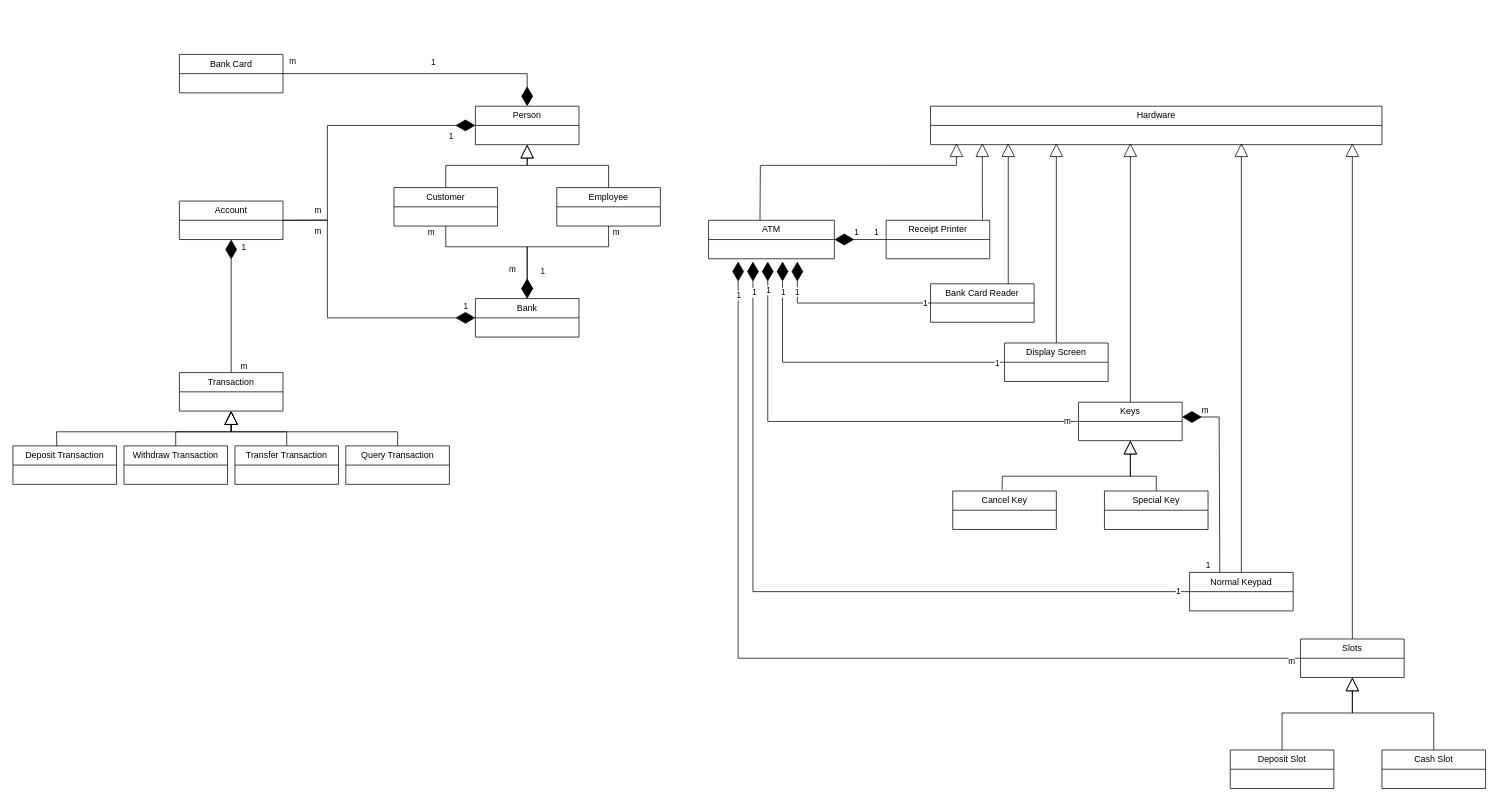
Above: Untitled Diagram.drawio in Lodennn/drawing-editor-uml (draw.io), before the change. Source tidied: cells renumbered, new cells numbered last; positions are measured from the earlier drawing's top-left corner, leaving out a move shared by most shapes. Both pictures are drawn from the tidied source at 74%, with x=0, y=0 at pixel (13, 32).
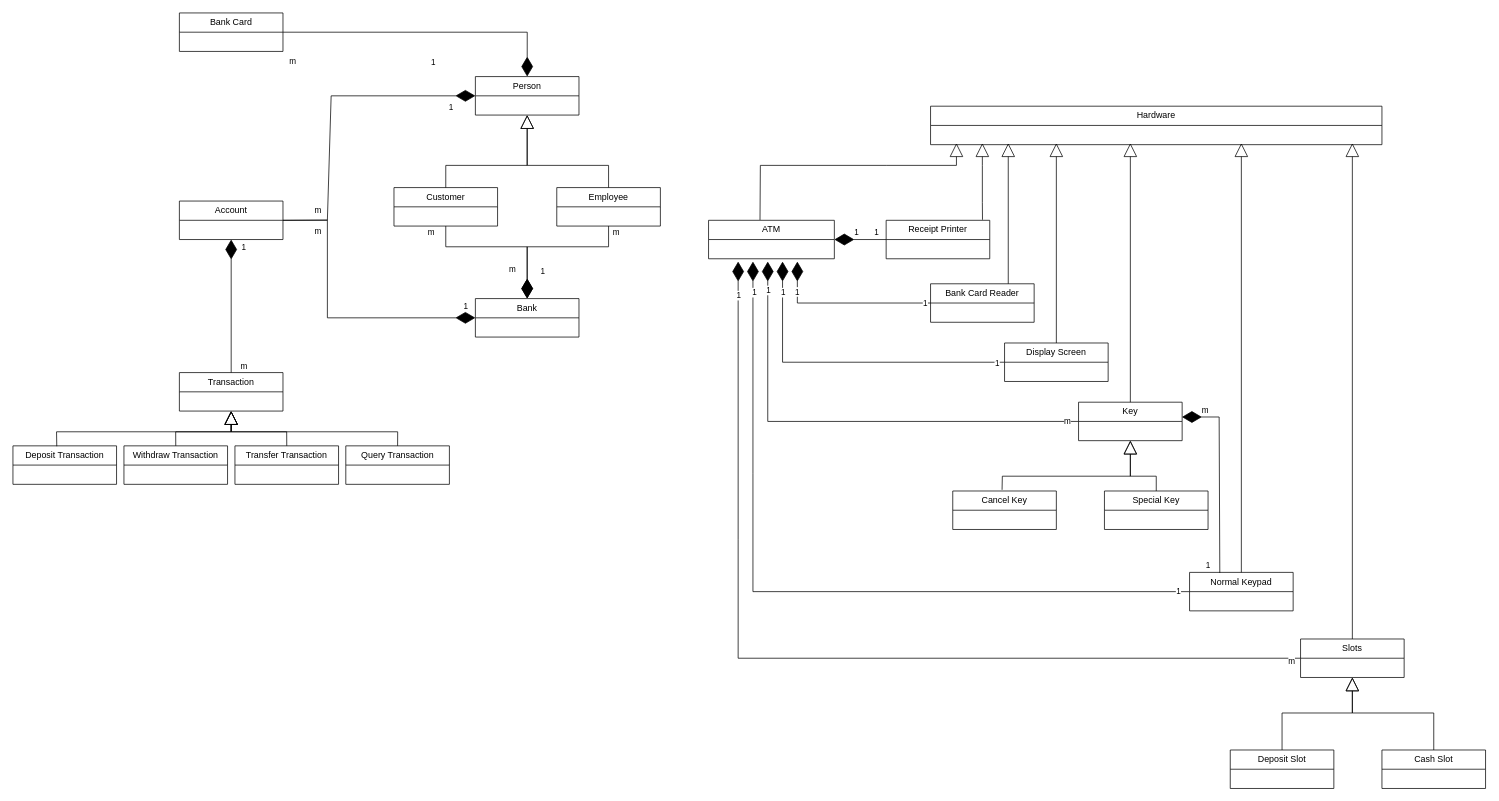
Above is the later version.

Unchanged cells that the change refers to:
```xml
<mxCell id="58" value="Account" style="swimlane;fontStyle=0;horizontal=1;startSize=26;fillColor=none;whiteSpace=wrap;html=1;" parent="1" vertex="1">
  <mxGeometry x="224.9" y="228.2" width="140" height="52" as="geometry" />
</mxCell>
```

The edit, as a diff of the source:
```diff
@@
     <mxCell id="2" value="Person" style="swimlane;fontStyle=0;horizontal=1;startSize=26;fillColor=none;whiteSpace=wrap;html=1;" parent="1" vertex="1">
-      <mxGeometry x="624.9" y="100" width="140" height="52" as="geometry" />
+      <mxGeometry x="624.9" y="60" width="140" height="52" as="geometry" />
     </mxCell>
@@
-    <mxCell id="18" value="Keys" style="swimlane;fontStyle=0;horizontal=1;startSize=26;fillColor=none;whiteSpace=wrap;html=1;" parent="1" vertex="1">
+    <mxCell id="18" value="Key" style="swimlane;fontStyle=0;horizontal=1;startSize=26;fillColor=none;whiteSpace=wrap;html=1;" parent="1" vertex="1">
       <mxGeometry x="1440" y="500" width="140" height="52" as="geometry" />
     </mxCell>
@@
     <mxCell id="62" style="endArrow=diamondThin;endFill=1;endSize=24;html=1;rounded=0;exitX=1;exitY=0.5;exitDx=0;exitDy=0;entryX=0;entryY=0.5;entryDx=0;entryDy=0;" parent="1" edge="1" source="58" target="2">
       <mxGeometry relative="1" as="geometry">
         <Array as="points">
           <mxPoint x="424.9" y="254" />
-          <mxPoint x="424.9" y="126" />
+          <mxPoint x="430" y="86" />
         </Array>
       </mxGeometry>
     </mxCell>
@@
     <mxCell id="64" value="1" style="edgeLabel;html=1;align=center;verticalAlign=middle;" parent="1" vertex="1">
-      <mxGeometry x="664.9" y="100" as="geometry">
+      <mxGeometry x="664.9" y="60" as="geometry">
         <mxPoint x="-73" y="40" as="offset" />
       </mxGeometry>
     </mxCell>
@@
     <mxCell id="77" value="Bank Card" style="swimlane;fontStyle=0;horizontal=1;startSize=26;fillColor=none;whiteSpace=wrap;html=1;" parent="1" vertex="1">
-      <mxGeometry x="224.9" y="30" width="140" height="52" as="geometry" />
+      <mxGeometry x="224.9" y="-26" width="140" height="52" as="geometry" />
     </mxCell>
     <mxCell id="78" style="endArrow=diamondThin;endFill=1;endSize=24;html=1;rounded=0;exitX=1;exitY=0.5;exitDx=0;exitDy=0;entryX=0.5;entryY=0;entryDx=0;entryDy=0;" parent="1" edge="1" source="77" target="2">
       <mxGeometry relative="1" as="geometry">
         <Array as="points">
-          <mxPoint x="694.9" y="56" />
+          <mxPoint x="695" />
         </Array>
       </mxGeometry>
     </mxCell>
```
